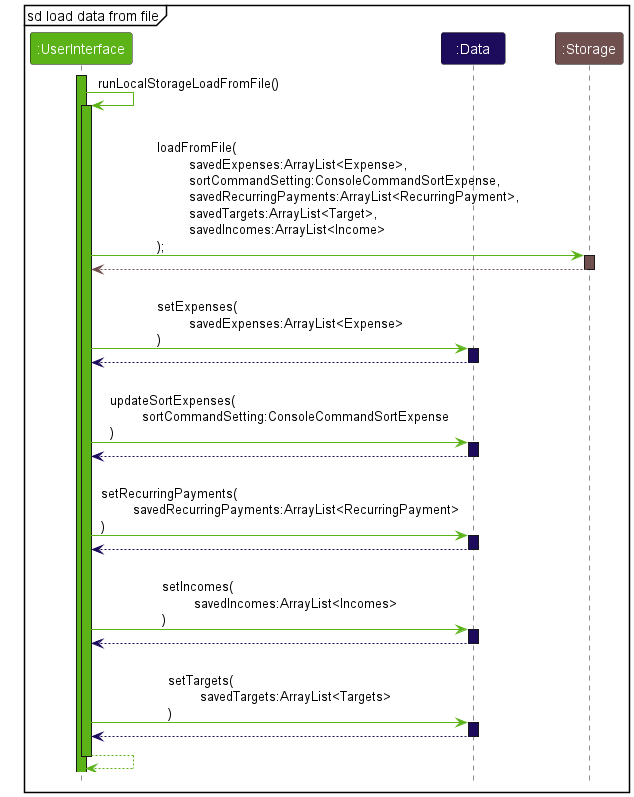
Earlier version of the PlantUML export docs/images/ComponentInteractionsSDLoadDataFromFile.png (nus-cs2113-AY2223S1/tp).
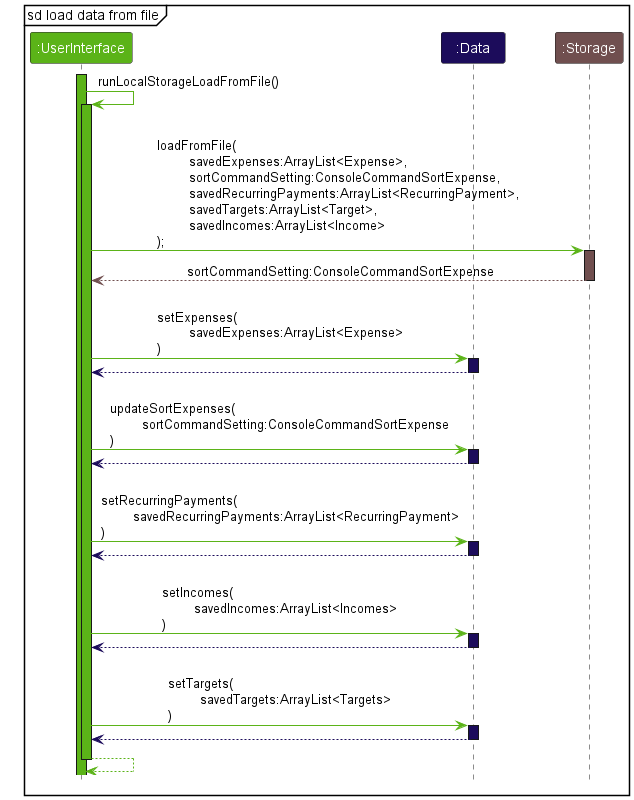
The same file after the commit.

Commit message:
Update load data diagrams

What changed in the source:
```diff
@@ -16,7 +16,7 @@
 UserInterface -[USER_INTERFACE_COLOR_1]> Storage : \lloadFromFile(\n\tsavedExpenses:ArrayList<Expense>,\n\tsortCommandSetting:ConsoleCommandSortExpense,\n\tsavedRecurringPayments:ArrayList<RecurringPayment>,\n\tsavedTargets:ArrayList<Target>,\n\tsavedIncomes:ArrayList<Income>\n);
 activate Storage STORAGE_COLOR_1
 
-Storage --[STORAGE_COLOR_1]> UserInterface
+Storage --[STORAGE_COLOR_1]> UserInterface : sortCommandSetting:ConsoleCommandSortExpense
 deactivate Storage
 
 UserInterface -[USER_INTERFACE_COLOR_1]> Data : \lsetExpenses(\n\tsavedExpenses:ArrayList<Expense>\n)
```
